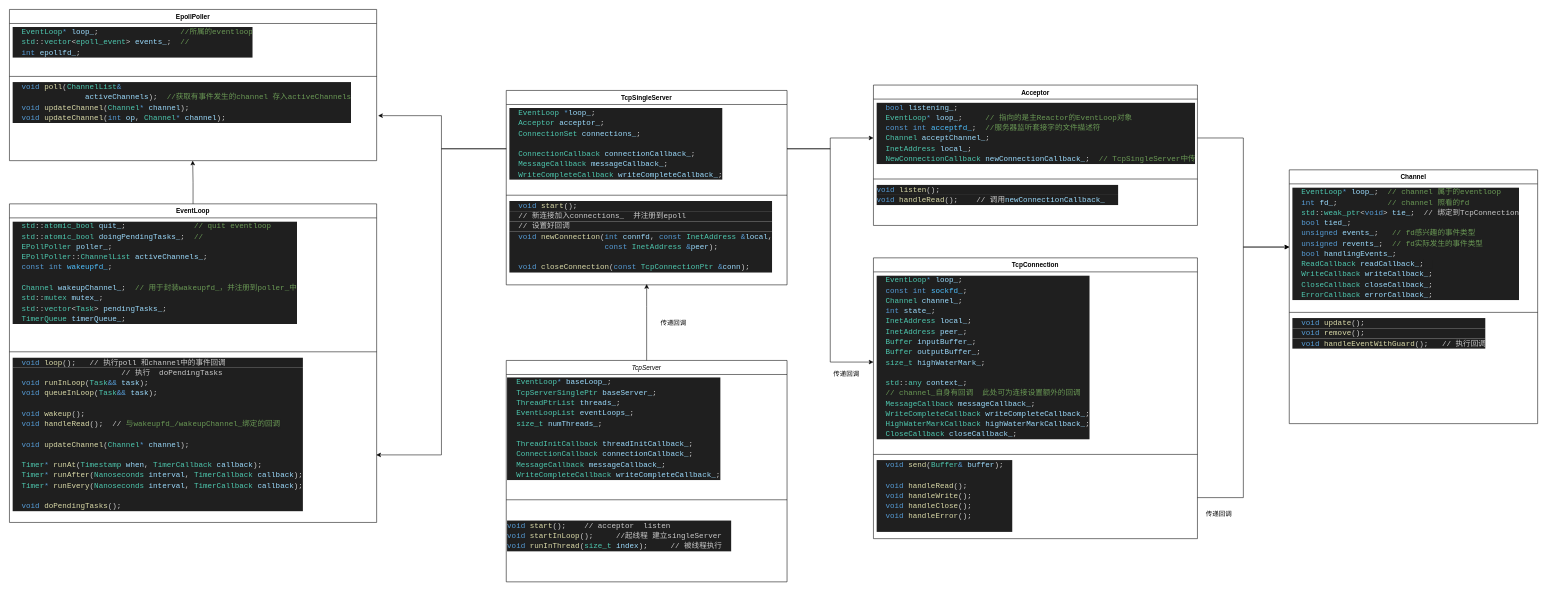
This is image/uml.drawio from tianhang-Z/goa-ev, a draw.io file, before an edit. Source tidied: cells renumbered, new cells numbered last; positions are measured from the earlier drawing's top-left corner, leaving out a move shared by most shapes. Both pictures are drawn from the tidied source at 54%, with x=0, y=0 at pixel (9, 9).
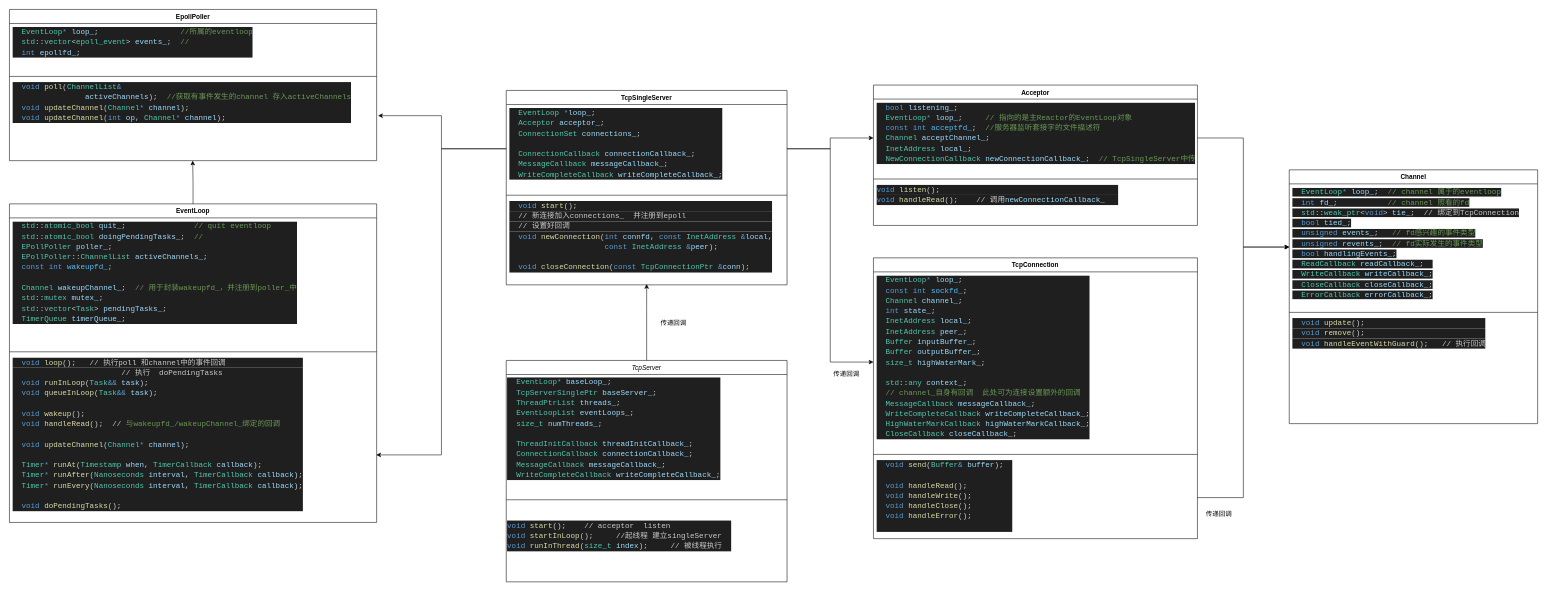
The same diagram, later.

Unchanged cells that the change refers to:
```xml
<mxCell id="34" value="Channel" style="swimlane;fontStyle=1;align=center;verticalAlign=top;horizontal=1;startSize=26;whiteSpace=wrap;html=1;" parent="1" vertex="1">
  <mxGeometry x="2370" y="297" width="460" height="470" as="geometry" />
</mxCell>
```

Change to the diagram source:
```diff
@@
-    <mxCell id="35" value="&lt;div style=&quot;color: rgb(204, 204, 204); background-color: rgb(31, 31, 31); font-family: Consolas, &amp;quot;Courier New&amp;quot;, monospace; font-size: 14px; line-height: 19px; white-space: pre;&quot;&gt;&lt;div&gt;&amp;nbsp; &lt;span style=&quot;color: rgb(78, 201, 176);&quot;&gt;EventLoop&lt;/span&gt;&lt;span style=&quot;color: rgb(86, 156, 214);&quot;&gt;*&lt;/span&gt; &lt;span style=&quot;color: rgb(156, 220, 254);&quot;&gt;loop_&lt;/span&gt;;&lt;span style=&quot;color: rgb(106, 153, 85);&quot;&gt; &amp;nbsp;// channel 属于的eventloop&lt;/span&gt;&lt;/div&gt;&lt;div&gt;&amp;nbsp; &lt;span style=&quot;color: rgb(86, 156, 214);&quot;&gt;int&lt;/span&gt; &lt;span style=&quot;color: rgb(156, 220, 254);&quot;&gt;fd_&lt;/span&gt;;&lt;span style=&quot;color: rgb(106, 153, 85);&quot;&gt; &amp;nbsp; &amp;nbsp; &amp;nbsp; &amp;nbsp; &amp;nbsp; // channel 照看的fd&lt;/span&gt;&lt;/div&gt;&lt;div&gt;&amp;nbsp; &lt;span style=&quot;color: rgb(78, 201, 176);&quot;&gt;std&lt;/span&gt;::&lt;span style=&quot;color: rgb(78, 201, 176);&quot;&gt;weak_ptr&lt;/span&gt;&amp;lt;&lt;span style=&quot;color: rgb(86, 156, 214);&quot;&gt;void&lt;/span&gt;&amp;gt; &lt;span style=&quot;color: rgb(156, 220, 254);&quot;&gt;tie_&lt;/span&gt;;  // 绑定到TcpConnection&lt;/div&gt;&lt;div&gt;&amp;nbsp; &lt;span style=&quot;color: rgb(86, 156, 214);&quot;&gt;bool&lt;/span&gt; &lt;span style=&quot;color: rgb(156, 220, 254);&quot;&gt;tied_&lt;/span&gt;;&lt;/div&gt;&lt;div&gt;&amp;nbsp; &lt;span style=&quot;color: rgb(86, 156, 214);&quot;&gt;unsigned&lt;/span&gt; &lt;span style=&quot;color: rgb(156, 220, 254);&quot;&gt;events_&lt;/span&gt;;&lt;span style=&quot;color: rgb(106, 153, 85);&quot;&gt; &amp;nbsp; // fd感兴趣的事件类型&lt;/span&gt;&lt;/div&gt;&lt;div&gt;&amp;nbsp; &lt;span style=&quot;color: rgb(86, 156, 214);&quot;&gt;unsigned&lt;/span&gt; &lt;span style=&quot;color: rgb(156, 220, 254);&quot;&gt;revents_&lt;/span&gt;;&lt;span style=&quot;color: rgb(106, 153, 85);&quot;&gt; &amp;nbsp;// fd实际发生的事件类型&lt;/span&gt;&lt;/div&gt;&lt;div&gt;&amp;nbsp; &lt;span style=&quot;color: rgb(86, 156, 214);&quot;&gt;bool&lt;/span&gt; &lt;span style=&quot;color: rgb(156, 220, 254);&quot;&gt;handlingEvents_&lt;/span&gt;;&lt;/div&gt;&lt;div&gt;&lt;div style=&quot;line-height: 19px;&quot;&gt;&lt;div&gt;&amp;nbsp; &lt;span style=&quot;color: rgb(78, 201, 176);&quot;&gt;ReadCallback &lt;/span&gt;&lt;span style=&quot;background-color: light-dark(rgb(31, 31, 31), rgb(210, 210, 210)); color: rgb(156, 220, 254);&quot;&gt;readCallback_&lt;/span&gt;&lt;span style=&quot;background-color: light-dark(rgb(31, 31, 31), rgb(210, 210, 210)); color: light-dark(rgb(204, 204, 204), rgb(62, 62, 62));&quot;&gt;;&lt;/span&gt;&lt;span style=&quot;background-color: light-dark(rgb(31, 31, 31), rgb(210, 210, 210)); color: rgb(106, 153, 85);&quot;&gt; &amp;nbsp;&lt;/span&gt;&lt;/div&gt;&lt;div&gt;&amp;nbsp; &lt;span style=&quot;color: rgb(78, 201, 176);&quot;&gt;WriteCallback&lt;/span&gt; &lt;span style=&quot;color: rgb(156, 220, 254);&quot;&gt;writeCallback_&lt;/span&gt;;&lt;/div&gt;&lt;div&gt;&amp;nbsp; &lt;span style=&quot;color: rgb(78, 201, 176);&quot;&gt;CloseCallback&lt;/span&gt; &lt;span style=&quot;color: rgb(156, 220, 254);&quot;&gt;closeCallback_&lt;/span&gt;;&lt;/div&gt;&lt;div&gt;&amp;nbsp; &lt;span style=&quot;color: rgb(78, 201, 176);&quot;&gt;ErrorCallback&lt;/span&gt; &lt;span style=&quot;color: rgb(156, 220, 254);&quot;&gt;errorCallback_&lt;/span&gt;;&lt;/div&gt;&lt;/div&gt;&lt;/div&gt;&lt;/div&gt;" style="text;strokeColor=none;fillColor=none;align=left;verticalAlign=top;spacingLeft=4;spacingRight=4;overflow=hidden;points=[[0,0.5],[1,0.5]];portConstraint=eastwest;whiteSpace=wrap;html=1;" parent="34" vertex="1">
+    <mxCell id="35" value="&lt;div style=&quot;color: rgb(204, 204, 204); font-family: Consolas, &amp;quot;Courier New&amp;quot;, monospace; font-size: 14px; line-height: 19px; white-space: pre;&quot;&gt;&lt;div style=&quot;&quot;&gt;&lt;span style=&quot;background-color: rgb(31, 31, 31);&quot;&gt;&amp;nbsp; &lt;span style=&quot;color: rgb(78, 201, 176);&quot;&gt;EventLoop&lt;/span&gt;&lt;span style=&quot;color: rgb(86, 156, 214);&quot;&gt;*&lt;/span&gt; &lt;span style=&quot;color: rgb(156, 220, 254);&quot;&gt;loop_&lt;/span&gt;;&lt;span style=&quot;color: rgb(106, 153, 85);&quot;&gt; &amp;nbsp;// channel 属于的eventloop&lt;/span&gt;&lt;/span&gt;&lt;/div&gt;&lt;div style=&quot;&quot;&gt;&lt;span style=&quot;background-color: rgb(31, 31, 31);&quot;&gt;&amp;nbsp; &lt;span style=&quot;color: rgb(86, 156, 214);&quot;&gt;int&lt;/span&gt; &lt;span style=&quot;color: rgb(156, 220, 254);&quot;&gt;fd_&lt;/span&gt;;&lt;span style=&quot;color: rgb(106, 153, 85);&quot;&gt; &amp;nbsp; &amp;nbsp; &amp;nbsp; &amp;nbsp; &amp;nbsp; // channel 照看的fd&lt;/span&gt;&lt;/span&gt;&lt;/div&gt;&lt;div style=&quot;&quot;&gt;&lt;span style=&quot;background-color: rgb(31, 31, 31);&quot;&gt;&amp;nbsp; &lt;span style=&quot;color: rgb(78, 201, 176);&quot;&gt;std&lt;/span&gt;::&lt;span style=&quot;color: rgb(78, 201, 176);&quot;&gt;weak_ptr&lt;/span&gt;&amp;lt;&lt;span style=&quot;color: rgb(86, 156, 214);&quot;&gt;void&lt;/span&gt;&amp;gt; &lt;span style=&quot;color: rgb(156, 220, 254);&quot;&gt;tie_&lt;/span&gt;;  // 绑定到TcpConnection&lt;/span&gt;&lt;/div&gt;&lt;div style=&quot;&quot;&gt;&lt;span style=&quot;background-color: rgb(31, 31, 31);&quot;&gt;&amp;nbsp; &lt;span style=&quot;color: rgb(86, 156, 214);&quot;&gt;bool&lt;/span&gt; &lt;span style=&quot;color: rgb(156, 220, 254);&quot;&gt;tied_&lt;/span&gt;;&lt;/span&gt;&lt;/div&gt;&lt;div style=&quot;&quot;&gt;&lt;span style=&quot;background-color: rgb(31, 31, 31);&quot;&gt;&amp;nbsp; &lt;span style=&quot;color: rgb(86, 156, 214);&quot;&gt;unsigned&lt;/span&gt; &lt;span style=&quot;color: rgb(156, 220, 254);&quot;&gt;events_&lt;/span&gt;;&lt;span style=&quot;color: rgb(106, 153, 85);&quot;&gt; &amp;nbsp; // fd感兴趣的事件类型&lt;/span&gt;&lt;/span&gt;&lt;/div&gt;&lt;div style=&quot;&quot;&gt;&lt;span style=&quot;background-color: rgb(31, 31, 31);&quot;&gt;&amp;nbsp; &lt;span style=&quot;color: rgb(86, 156, 214);&quot;&gt;unsigned&lt;/span&gt; &lt;span style=&quot;color: rgb(156, 220, 254);&quot;&gt;revents_&lt;/span&gt;;&lt;span style=&quot;color: rgb(106, 153, 85);&quot;&gt; &amp;nbsp;// fd实际发生的事件类型&lt;/span&gt;&lt;/span&gt;&lt;/div&gt;&lt;div style=&quot;&quot;&gt;&lt;span style=&quot;background-color: rgb(31, 31, 31);&quot;&gt;&amp;nbsp; &lt;span style=&quot;color: rgb(86, 156, 214);&quot;&gt;bool&lt;/span&gt; &lt;span style=&quot;color: rgb(156, 220, 254);&quot;&gt;handlingEvents_&lt;/span&gt;;&lt;/span&gt;&lt;/div&gt;&lt;div style=&quot;&quot;&gt;&lt;div style=&quot;line-height: 19px;&quot;&gt;&lt;div style=&quot;&quot;&gt;&lt;span style=&quot;background-color: rgb(31, 31, 31);&quot;&gt;&amp;nbsp; &lt;span style=&quot;color: rgb(78, 201, 176);&quot;&gt;ReadCallback &lt;/span&gt;&lt;span style=&quot;color: rgb(156, 220, 254);&quot;&gt;readCallback_&lt;/span&gt;&lt;span style=&quot;color: light-dark(rgb(204, 204, 204), rgb(62, 62, 62));&quot;&gt;;&lt;/span&gt;&lt;span style=&quot;color: rgb(106, 153, 85);&quot;&gt; &amp;nbsp;&lt;/span&gt;&lt;/span&gt;&lt;/div&gt;&lt;div style=&quot;&quot;&gt;&lt;span style=&quot;background-color: rgb(31, 31, 31);&quot;&gt;&amp;nbsp; &lt;span style=&quot;color: rgb(78, 201, 176);&quot;&gt;WriteCallback&lt;/span&gt; &lt;span style=&quot;color: rgb(156, 220, 254);&quot;&gt;writeCallback_&lt;/span&gt;;&lt;/span&gt;&lt;/div&gt;&lt;div style=&quot;&quot;&gt;&lt;span style=&quot;background-color: rgb(31, 31, 31);&quot;&gt;&amp;nbsp; &lt;span style=&quot;color: rgb(78, 201, 176);&quot;&gt;CloseCallback&lt;/span&gt; &lt;span style=&quot;color: rgb(156, 220, 254);&quot;&gt;closeCallback_&lt;/span&gt;;&lt;/span&gt;&lt;/div&gt;&lt;div style=&quot;&quot;&gt;&lt;span style=&quot;background-color: rgb(31, 31, 31);&quot;&gt;&amp;nbsp; &lt;span style=&quot;color: rgb(78, 201, 176);&quot;&gt;ErrorCallback&lt;/span&gt; &lt;span style=&quot;color: rgb(156, 220, 254);&quot;&gt;errorCallback_&lt;/span&gt;;&lt;/span&gt;&lt;/div&gt;&lt;/div&gt;&lt;/div&gt;&lt;/div&gt;" style="text;strokeColor=none;fillColor=none;align=left;verticalAlign=top;spacingLeft=4;spacingRight=4;overflow=hidden;points=[[0,0.5],[1,0.5]];portConstraint=eastwest;whiteSpace=wrap;html=1;" parent="34" vertex="1">
       <mxGeometry y="26" width="460" height="234" as="geometry" />
     </mxCell>
```
